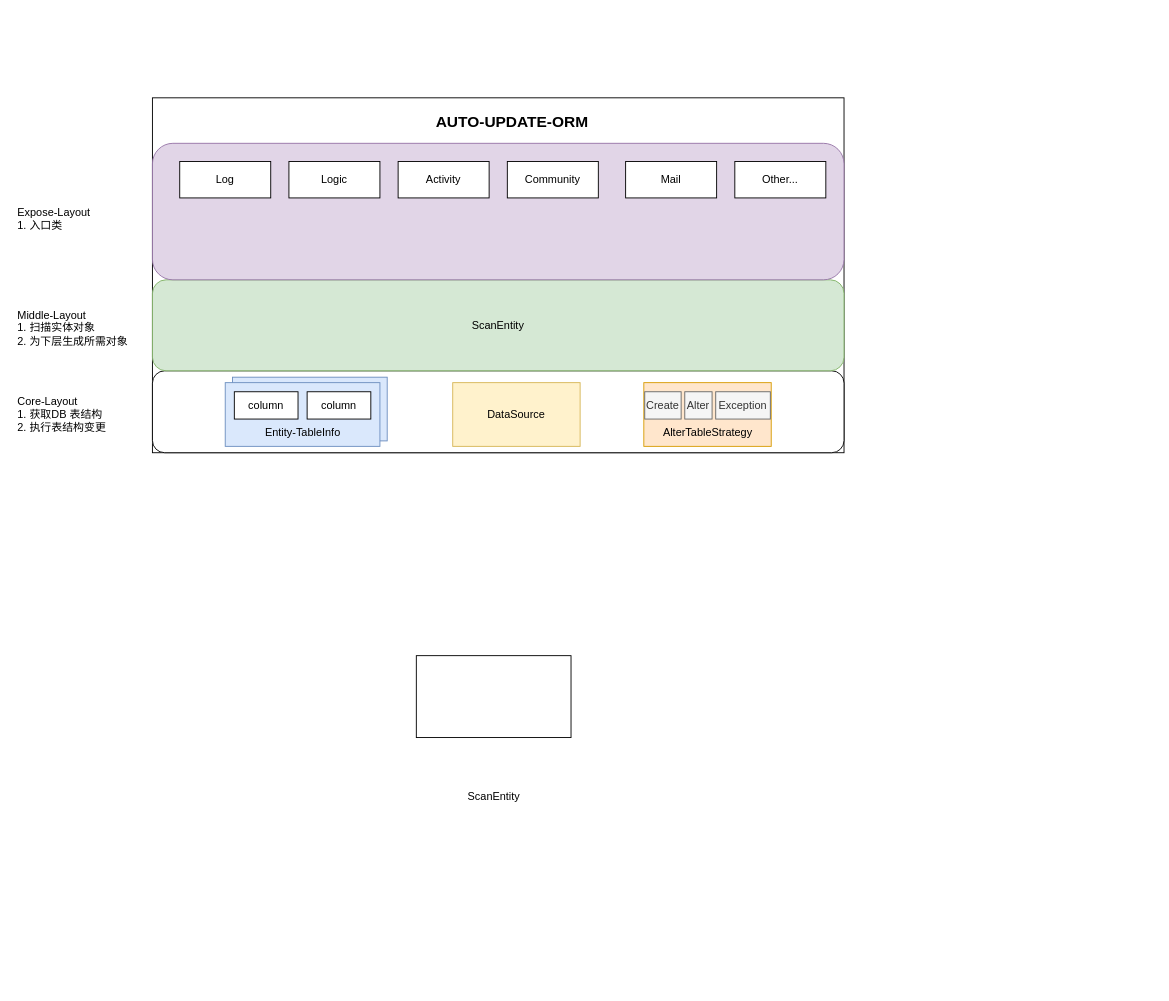
This is SSJJ2/构建ORM映射.drawio from Ordertiny/graph, a draw.io file, before an edit. Source tidied: cells renumbered, new cells numbered last; positions are measured from the earlier drawing's top-left corner, leaving out a move shared by most shapes. Both pictures are drawn from the tidied source at 91%, with x=0, y=0 at pixel (15, 15).
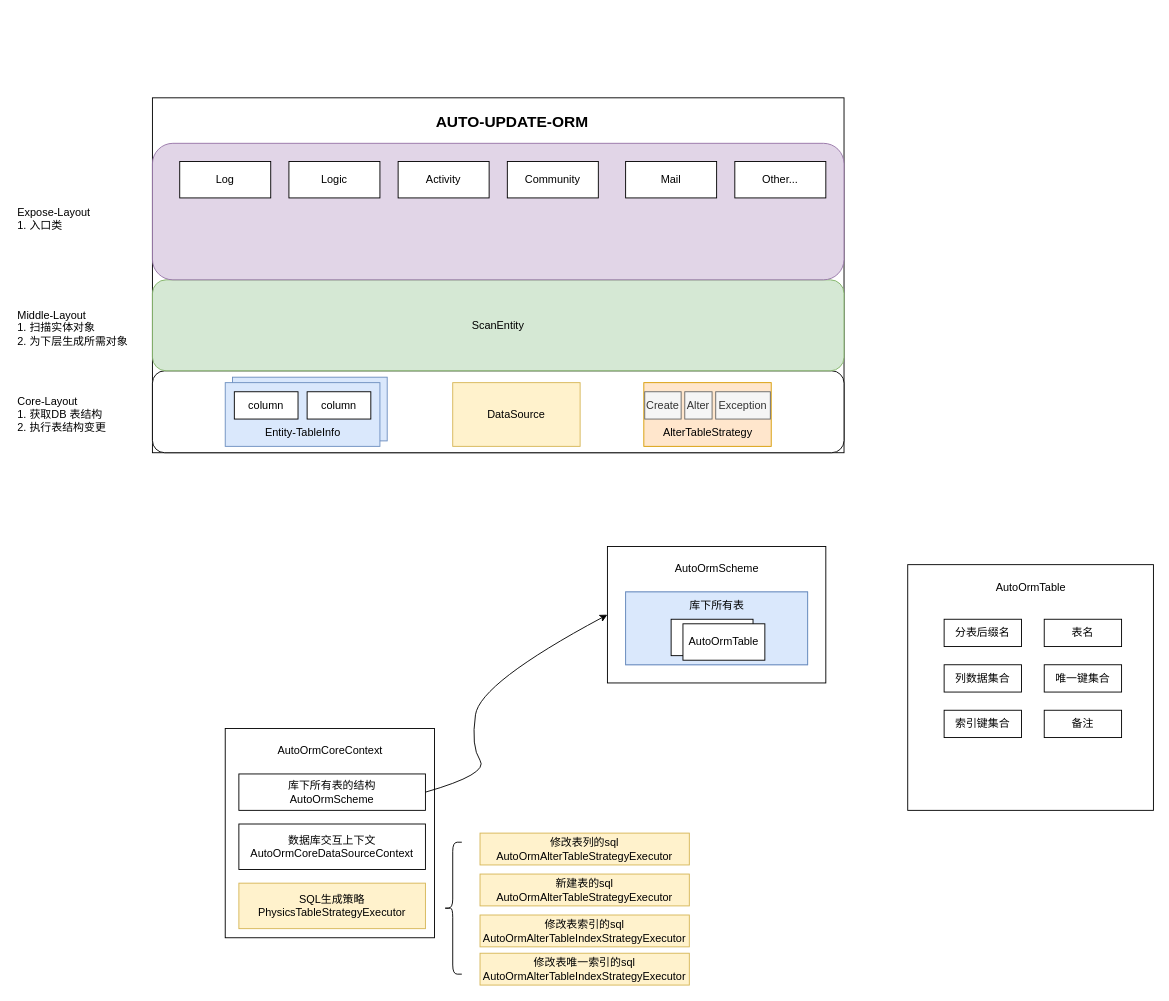
Above is the later version.

Commit message:
更新构建ORM映射.drawio

Change to the diagram source:
```diff
@@
-    <mxCell id="28" style="whiteSpace=wrap;html=1;" parent="1" vertex="1">
-      <mxGeometry x="440" y="703" width="170" height="90" as="geometry" />
-    </mxCell>
-    <mxCell id="29" value="ScanEntity" style="text;html=1;align=center;verticalAlign=middle;strokeColor=none;fillColor=none;" parent="1" vertex="1">
-      <mxGeometry x="485" y="843" width="80" height="30" as="geometry" />
-    </mxCell>
@@
+    <mxCell id="32" style="rounded=0;whiteSpace=wrap;html=1;" parent="1" vertex="1">
+      <mxGeometry x="230" y="783" width="230" height="230" as="geometry" />
+    </mxCell>
+    <mxCell id="33" value="AutoOrmCoreContext" style="text;html=1;align=center;verticalAlign=middle;strokeColor=none;fillColor=none;" parent="1" vertex="1">
+      <mxGeometry x="275" y="793" width="140" height="30" as="geometry" />
+    </mxCell>
+    <mxCell id="34" value="库下所有表的结构&lt;br&gt;AutoOrmScheme" style="rounded=0;whiteSpace=wrap;html=1;" parent="1" vertex="1">
+      <mxGeometry x="245" y="833" width="205" height="40" as="geometry" />
+    </mxCell>
+    <mxCell id="35" value="数据库交互上下文&lt;br&gt;AutoOrmCoreDataSourceContext" style="whiteSpace=wrap;html=1;" parent="1" vertex="1">
+      <mxGeometry x="245" y="888" width="205" height="50" as="geometry" />
+    </mxCell>
+    <mxCell id="36" value="SQL生成策略&lt;br&gt;PhysicsTableStrategyExecutor" style="whiteSpace=wrap;html=1;fillColor=#fff2cc;strokeColor=#d6b656;" parent="1" vertex="1">
+      <mxGeometry x="245" y="953" width="205" height="50" as="geometry" />
+    </mxCell>
+    <mxCell id="37" style="shape=curlyBracket;whiteSpace=wrap;html=1;rounded=1;labelPosition=left;verticalLabelPosition=middle;align=right;verticalAlign=middle;" parent="1" vertex="1">
+      <mxGeometry x="470" y="908" width="20" height="145" as="geometry" />
+    </mxCell>
+    <mxCell id="38" value="修改表列的sql&lt;br&gt;AutoOrmAlterTableStrategyExecutor" style="whiteSpace=wrap;html=1;fillColor=#fff2cc;strokeColor=#d6b656;" parent="1" vertex="1">
+      <mxGeometry x="510" y="898" width="230" height="35" as="geometry" />
+    </mxCell>
+    <mxCell id="39" value="新建表的sql&lt;br&gt;AutoOrmAlterTableStrategyExecutor" style="whiteSpace=wrap;html=1;fillColor=#fff2cc;strokeColor=#d6b656;" parent="1" vertex="1">
+      <mxGeometry x="510" y="943" width="230" height="35" as="geometry" />
+    </mxCell>
+    <mxCell id="40" value="修改表索引的sql&lt;br&gt;AutoOrmAlterTableIndexStrategyExecutor" style="whiteSpace=wrap;html=1;fillColor=#fff2cc;strokeColor=#d6b656;" parent="1" vertex="1">
+      <mxGeometry x="510" y="988" width="230" height="35" as="geometry" />
+    </mxCell>
+    <mxCell id="41" value="修改表唯一索引的sql&lt;br&gt;AutoOrmAlterTableIndexStrategyExecutor" style="whiteSpace=wrap;html=1;fillColor=#fff2cc;strokeColor=#d6b656;" parent="1" vertex="1">
+      <mxGeometry x="510" y="1030" width="230" height="35" as="geometry" />
+    </mxCell>
+    <mxCell id="42" style="whiteSpace=wrap;html=1;" parent="1" vertex="1">
+      <mxGeometry x="650" y="583" width="240" height="150" as="geometry" />
+    </mxCell>
+    <mxCell id="43" value="AutoOrmScheme" style="text;html=1;align=center;verticalAlign=middle;strokeColor=none;fillColor=none;" parent="1" vertex="1">
+      <mxGeometry x="710" y="593" width="120" height="30" as="geometry" />
+    </mxCell>
+    <mxCell id="44" style="group;fillColor=#dae8fc;strokeColor=#6c8ebf;" parent="1" vertex="1">
+      <mxGeometry x="670" y="633" width="200" height="80" as="geometry" />
+    </mxCell>
+    <mxCell id="45" style="whiteSpace=wrap;html=1;fillColor=#dae8fc;strokeColor=#6c8ebf;" parent="44" vertex="1">
+      <mxGeometry width="200" height="80" as="geometry" />
+    </mxCell>
+    <mxCell id="46" value="库下所有表" style="text;html=1;align=center;verticalAlign=middle;strokeColor=none;fillColor=none;" parent="44" vertex="1">
+      <mxGeometry x="60" width="80" height="30" as="geometry" />
+    </mxCell>
+    <mxCell id="47" style="whiteSpace=wrap;html=1;" parent="44" vertex="1">
+      <mxGeometry x="50" y="30" width="90" height="40" as="geometry" />
+    </mxCell>
+    <mxCell id="48" value="AutoOrmTable" style="whiteSpace=wrap;html=1;" parent="44" vertex="1">
+      <mxGeometry x="63" y="35" width="90" height="40" as="geometry" />
+    </mxCell>
+    <mxCell id="49" style="curved=1;endArrow=classic;html=1;rounded=0;exitX=1;exitY=0.5;exitDx=0;exitDy=0;entryX=0;entryY=0.5;entryDx=0;entryDy=0;" parent="1" edge="1" source="34" target="42">
+      <mxGeometry relative="1" as="geometry">
+        <Array as="points">
+          <mxPoint x="520" y="833" />
+          <mxPoint x="500" y="803" />
+          <mxPoint x="510" y="733" />
+        </Array>
+      </mxGeometry>
+    </mxCell>
+    <mxCell id="50" style="whiteSpace=wrap;html=1;" parent="1" vertex="1">
+      <mxGeometry x="980" y="603" width="270" height="270" as="geometry" />
+    </mxCell>
+    <mxCell id="51" value="分表后缀名" style="whiteSpace=wrap;html=1;" parent="1" vertex="1">
+      <mxGeometry x="1020" y="663" width="85" height="30" as="geometry" />
+    </mxCell>
+    <mxCell id="52" value="AutoOrmTable" style="text;html=1;align=center;verticalAlign=middle;strokeColor=none;fillColor=none;" parent="1" vertex="1">
+      <mxGeometry x="1065" y="613" width="100" height="30" as="geometry" />
+    </mxCell>
+    <mxCell id="53" value="表名" style="whiteSpace=wrap;html=1;" parent="1" vertex="1">
+      <mxGeometry x="1130" y="663" width="85" height="30" as="geometry" />
+    </mxCell>
+    <mxCell id="54" value="列数据集合" style="whiteSpace=wrap;html=1;" parent="1" vertex="1">
+      <mxGeometry x="1020" y="713" width="85" height="30" as="geometry" />
+    </mxCell>
+    <mxCell id="55" value="唯一键集合" style="whiteSpace=wrap;html=1;" parent="1" vertex="1">
+      <mxGeometry x="1130" y="713" width="85" height="30" as="geometry" />
+    </mxCell>
+    <mxCell id="56" value="索引键集合" style="whiteSpace=wrap;html=1;" parent="1" vertex="1">
+      <mxGeometry x="1020" y="763" width="85" height="30" as="geometry" />
+    </mxCell>
+    <mxCell id="57" value="备注" style="whiteSpace=wrap;html=1;" parent="1" vertex="1">
+      <mxGeometry x="1130" y="763" width="85" height="30" as="geometry" />
+    </mxCell>
```
